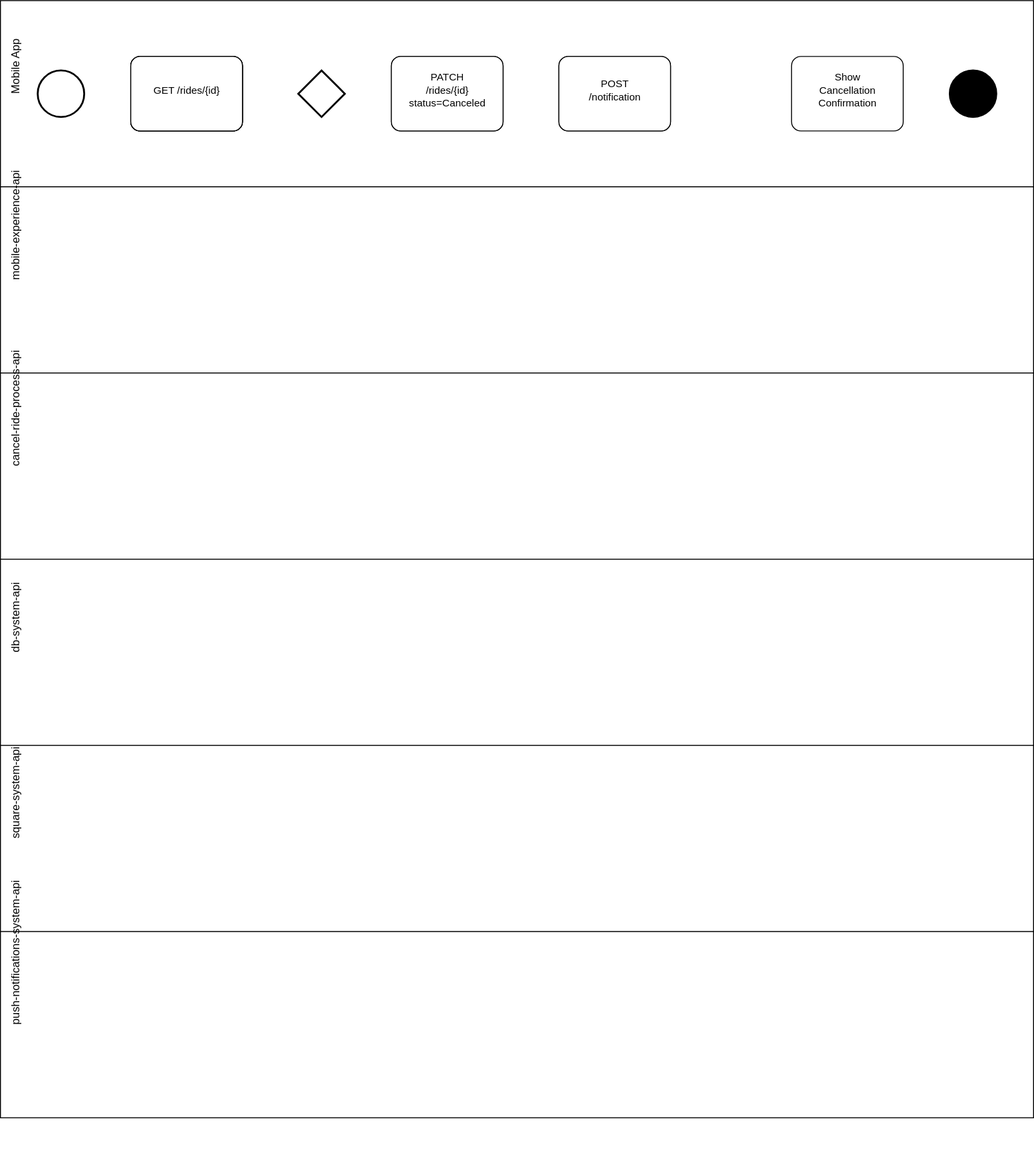
RideXpress/docs keeps this draw.io diagram as architecture/diagrams/use-cases/ride-cancellation-use-case.drawio.svg. Above is the earlier version. Source tidied: cells renumbered, new cells last; positions are measured from the earlier drawing's top-left corner, leaving out a move shared by most shapes.
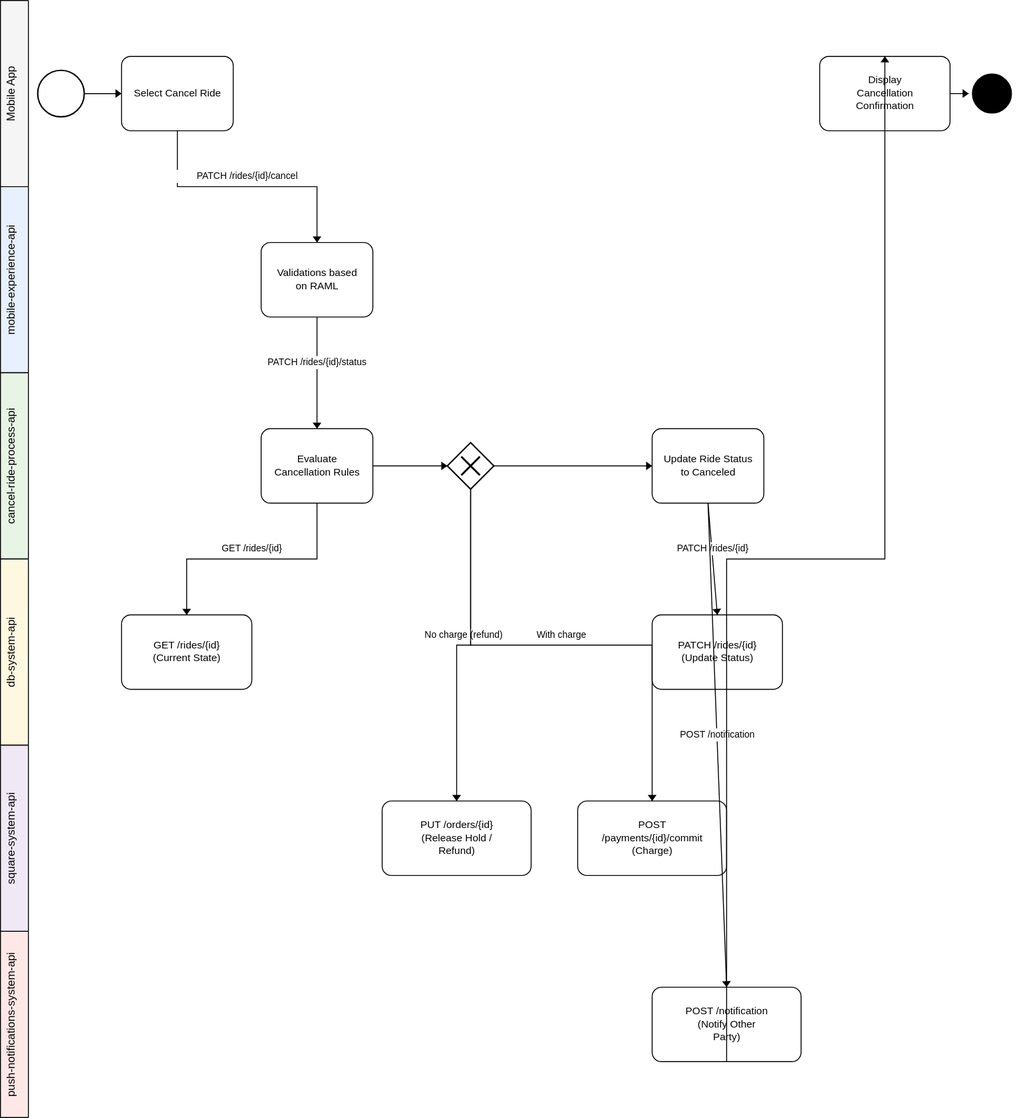
The same diagram one commit later.

Diff of the diagram source:
```diff
@@ -1,117 +1,120 @@
 <mxGraphModel>
   <root>
-    <mxCell id="0" />
-    <mxCell id="1" parent="0" />
+    <mxCell id="39" />
+    <mxCell id="40" parent="39" />
-    <mxCell id="2" value="Mobile App" style="swimlane;horizontal=0;whiteSpace=wrap;html=1;" parent="1" vertex="1">
-      <mxGeometry width="1110" height="200" as="geometry" />
+    <mxCell id="2" value="Mobile App" style="swimlane;horizontal=0;whiteSpace=wrap;html=1;" parent="40" vertex="1">
+      <mxGeometry width="1100" height="200" as="geometry" />
     </mxCell>
-    <mxCell id="3" value="mobile-experience-api" style="swimlane;horizontal=0;whiteSpace=wrap;html=1;" parent="1" vertex="1">
-      <mxGeometry y="200" width="1110" height="200" as="geometry" />
+    <mxCell id="3" value="mobile-experience-api" style="swimlane;horizontal=0;whiteSpace=wrap;html=1;" parent="40" vertex="1">
+      <mxGeometry y="200" width="1100" height="200" as="geometry" />
     </mxCell>
-    <mxCell id="4" value="cancel-ride-process-api" style="swimlane;horizontal=0;whiteSpace=wrap;html=1;" parent="1" vertex="1">
-      <mxGeometry y="400" width="1110" height="200" as="geometry" />
+    <mxCell id="4" value="cancel-ride-process-api" style="swimlane;horizontal=0;whiteSpace=wrap;html=1;" parent="40" vertex="1">
+      <mxGeometry y="400" width="1100" height="200" as="geometry" />
     </mxCell>
-    <mxCell id="5" value="db-system-api" style="swimlane;horizontal=0;whiteSpace=wrap;html=1;" parent="1" vertex="1">
-      <mxGeometry y="600" width="1110" height="200" as="geometry" />
+    <mxCell id="5" value="db-system-api" style="swimlane;horizontal=0;whiteSpace=wrap;html=1;" parent="40" vertex="1">
+      <mxGeometry y="600" width="1100" height="200" as="geometry" />
     </mxCell>
-    <mxCell id="6" value="square-system-api" style="swimlane;horizontal=0;whiteSpace=wrap;html=1;" parent="1" vertex="1">
-      <mxGeometry y="800" width="1110" height="200" as="geometry" />
+    <mxCell id="6" value="square-system-api" style="swimlane;horizontal=0;whiteSpace=wrap;html=1;" parent="40" vertex="1">
+      <mxGeometry y="800" width="1100" height="200" as="geometry" />
     </mxCell>
-    <mxCell id="7" value="push-notifications-system-api" style="swimlane;horizontal=0;whiteSpace=wrap;html=1;" parent="1" vertex="1">
-      <mxGeometry y="1000" width="1110" height="200" as="geometry" />
+    <mxCell id="7" value="push-notifications-system-api" style="swimlane;horizontal=0;whiteSpace=wrap;html=1;" parent="40" vertex="1">
+      <mxGeometry y="1000" width="1100" height="200" as="geometry" />
     </mxCell>
     <mxCell id="8" style="points=[[0.145,0.145,0],[0.5,0,0],[0.855,0.145,0],[1,0.5,0],[0.855,0.855,0],[0.5,1,0],[0.145,0.855,0],[0,0.5,0]];shape=mxgraph.bpmn.event;html=1;verticalLabelPosition=bottom;labelBackgroundColor=#ffffff;verticalAlign=top;align=center;perimeter=ellipsePerimeter;outlineConnect=0;outline=standard;symbol=general;" parent="2" vertex="1">
       <mxGeometry x="40" y="75" width="50" height="50" as="geometry" />
     </mxCell>
-    <mxCell id="9" value="Cancel Ride" style="points=[[0.25,0,0],[0.5,0,0],[0.75,0,0],[1,0.25,0],[1,0.5,0],[1,0.75,0],[0.75,1,0],[0.5,1,0],[0.25,1,0],[0,0.75,0],[0,0.5,0],[0,0.25,0]];shape=mxgraph.bpmn.task;whiteSpace=wrap;rectStyle=rounded;size=10;html=1;taskMarker=abstract;" parent="2" vertex="1">
-      <mxGeometry x="140" y="60" width="120" height="80" as="geometry" />
-    </mxCell>
-    <mxCell id="10" style="ellipse;whiteSpace=wrap;html=1;fillColor=#000000;" parent="2" vertex="1">
-      <mxGeometry x="1020" y="75" width="50" height="50" as="geometry" />
-    </mxCell>
-    <mxCell id="11" value="Show Cancellation Confirmation" style="points=[[0.25,0,0],[0.5,0,0],[0.75,0,0],[1,0.25,0],[1,0.5,0],[1,0.75,0],[0.75,1,0],[0.5,1,0],[0.25,1,0],[0,0.75,0],[0,0.5,0],[0,0.25,0]];shape=mxgraph.bpmn.task;whiteSpace=wrap;rectStyle=rounded;size=10;html=1;taskMarker=abstract;" parent="2" vertex="1">
-      <mxGeometry x="850" y="60" width="120" height="80" as="geometry" />
-    </mxCell>
-    <mxCell id="12" value="PATCH /rides/{id}/cancel" style="points=[[0.25,0,0],[0.5,0,0],[0.75,0,0],[1,0.25,0],[1,0.5,0],[1,0.75,0],[0.75,1,0],[0.5,1,0],[0.25,1,0],[0,0.75,0],[0,0.5,0],[0,0.25,0]];shape=mxgraph.bpmn.task;whiteSpace=wrap;rectStyle=rounded;size=10;html=1;taskMarker=abstract;" parent="3" vertex="1">
-      <mxGeometry x="140" y="60" width="120" height="80" as="geometry" />
-    </mxCell>
-    <mxCell id="13" value="PATCH /rides/{id}/status" style="points=[[0.25,0,0],[0.5,0,0],[0.75,0,0],[1,0.25,0],[1,0.5,0],[1,0.75,0],[0.75,1,0],[0.5,1,0],[0.25,1,0],[0,0.75,0],[0,0.5,0],[0,0.25,0]];shape=mxgraph.bpmn.task;whiteSpace=wrap;rectStyle=rounded;size=10;html=1;taskMarker=abstract;" parent="4" vertex="1">
-      <mxGeometry x="140" y="60" width="120" height="80" as="geometry" />
-    </mxCell>
-    <mxCell id="14" value="GET /rides/{id}" style="points=[[0.25,0,0],[0.5,0,0],[0.75,0,0],[1,0.25,0],[1,0.5,0],[1,0.75,0],[0.75,1,0],[0.5,1,0],[0.25,1,0],[0,0.75,0],[0,0.5,0],[0,0.25,0]];shape=mxgraph.bpmn.task;whiteSpace=wrap;rectStyle=rounded;size=10;html=1;taskMarker=abstract;" parent="5" vertex="1">
-      <mxGeometry x="140" y="60" width="120" height="80" as="geometry" />
-    </mxCell>
+    <mxCell id="41" value="Select Cancel Ride" style="points=[[0.25,0,0],[0.5,0,0],[0.75,0,0],[1,0.25,0],[1,0.5,0],[1,0.75,0],[0.75,1,0],[0.5,1,0],[0.25,1,0],[0,0.75,0],[0,0.5,0],[0,0.25,0]];shape=mxgraph.bpmn.task;whiteSpace=wrap;rectStyle=rounded;size=10;html=1;taskMarker=abstract;" parent="2" vertex="1">
+      <mxGeometry x="130" y="60" width="120" height="80" as="geometry" />
+    </mxCell>
+    <mxCell id="42" value="Display Cancellation Confirmation" style="points=[[0.25,0,0],[0.5,0,0],[0.75,0,0],[1,0.25,0],[1,0.5,0],[1,0.75,0],[0.75,1,0],[0.5,1,0],[0.25,1,0],[0,0.75,0],[0,0.5,0],[0,0.25,0]];shape=mxgraph.bpmn.task;whiteSpace=wrap;rectStyle=rounded;size=10;html=1;taskMarker=abstract;" parent="2" vertex="1">
+      <mxGeometry x="880" y="60" width="140" height="80" as="geometry" />
+    </mxCell>
+    <mxCell id="43" style="ellipse;whiteSpace=wrap;html=1;fillColor=#000000;" parent="2" vertex="1">
+      <mxGeometry x="1040" y="75" width="50" height="50" as="geometry" />
+    </mxCell>
+    <mxCell id="44" value="Validations based on RAML" style="points=[[0.25,0,0],[0.5,0,0],[0.75,0,0],[1,0.25,0],[1,0.5,0],[1,0.75,0],[0.75,1,0],[0.5,1,0],[0.25,1,0],[0,0.75,0],[0,0.5,0],[0,0.25,0]];shape=mxgraph.bpmn.task;whiteSpace=wrap;rectStyle=rounded;size=10;html=1;taskMarker=abstract;" parent="3" vertex="1">
+      <mxGeometry x="280" y="60" width="120" height="80" as="geometry" />
+    </mxCell>
+    <mxCell id="45" value="Evaluate Cancellation Rules" style="points=[[0.25,0,0],[0.5,0,0],[0.75,0,0],[1,0.25,0],[1,0.5,0],[1,0.75,0],[0.75,1,0],[0.5,1,0],[0.25,1,0],[0,0.75,0],[0,0.5,0],[0,0.25,0]];shape=mxgraph.bpmn.task;whiteSpace=wrap;rectStyle=rounded;size=10;html=1;taskMarker=abstract;" parent="4" vertex="1">
+      <mxGeometry x="280" y="60" width="120" height="80" as="geometry" />
+    </mxCell>
+    <mxCell id="46" value="Update Ride Status to Canceled" style="points=[[0.25,0,0],[0.5,0,0],[0.75,0,0],[1,0.25,0],[1,0.5,0],[1,0.75,0],[0.75,1,0],[0.5,1,0],[0.25,1,0],[0,0.75,0],[0,0.5,0],[0,0.25,0]];shape=mxgraph.bpmn.task;whiteSpace=wrap;rectStyle=rounded;size=10;html=1;taskMarker=abstract;" parent="4" vertex="1">
+      <mxGeometry x="700" y="60" width="120" height="80" as="geometry" />
+    </mxCell>
+    <mxCell id="47" value="GET /rides/{id} (Current State)" style="points=[[0.25,0,0],[0.5,0,0],[0.75,0,0],[1,0.25,0],[1,0.5,0],[1,0.75,0],[0.75,1,0],[0.5,1,0],[0.25,1,0],[0,0.75,0],[0,0.5,0],[0,0.25,0]];shape=mxgraph.bpmn.task;whiteSpace=wrap;rectStyle=rounded;size=10;html=1;taskMarker=abstract;" parent="5" vertex="1">
+      <mxGeometry x="130" y="60" width="140" height="80" as="geometry" />
+    </mxCell>
+    <mxCell id="48" value="PATCH /rides/{id} (Update Status)" style="points=[[0.25,0,0],[0.5,0,0],[0.75,0,0],[1,0.25,0],[1,0.5,0],[1,0.75,0],[0.75,1,0],[0.5,1,0],[0.25,1,0],[0,0.75,0],[0,0.5,0],[0,0.25,0]];shape=mxgraph.bpmn.task;whiteSpace=wrap;rectStyle=rounded;size=10;html=1;taskMarker=abstract;" parent="5" vertex="1">
+      <mxGeometry x="700" y="60" width="140" height="80" as="geometry" />
+    </mxCell>
-    <mxCell id="15" value="Charge?" style="points=[[0.25,0,0],[0.5,0,0],[0.75,0,0],[1,0.25,0],[1,0.5,0],[1,0.75,0],[0.75,1,0],[0.5,1,0],[0.25,1,0],[0,0.75,0],[0,0.5,0],[0,0.25,0]];shape=mxgraph.bpmn.gateway2;html=1;verticalLabelPosition=bottom;labelBackgroundColor=#ffffff;verticalAlign=top;align=center;perimeter=rhombusPerimeter;outlineConnect=0;outline=none;symbol=none;" parent="4" vertex="1">
-      <mxGeometry x="320" y="75" width="50" height="50" as="geometry" />
+    <mxCell id="15" value="Charge?" style="points=[[0.25,0,0],[0.5,0,0],[0.75,0,0],[1,0.25,0],[1,0.5,0],[1,0.75,0],[0.75,1,0],[0.5,1,0],[0.25,1,0],[0,0.75,0],[0,0.5,0],[0,0.25,0]];shape=mxgraph.bpmn.gateway2;html=1;verticalLabelPosition=bottom;labelBackgroundColor=#ffffff;verticalAlign=top;align=center;perimeter=rhombusPerimeter;outlineConnect=0;outline=exclusive;symbol=exclusive;" parent="4" vertex="1">
+      <mxGeometry x="480" y="75" width="50" height="50" as="geometry" />
     </mxCell>
-    <mxCell id="16" value="PUT /orders/{id} (Release)" style="points=[[0.25,0,0],[0.5,0,0],[0.75,0,0],[1,0.25,0],[1,0.5,0],[1,0.75,0],[0.75,1,0],[0.5,1,0],[0.25,1,0],[0,0.75,0],[0,0.5,0],[0,0.25,0]];shape=mxgraph.bpmn.task;whiteSpace=wrap;rectStyle=rounded;size=10;html=1;taskMarker=abstract;" parent="6" vertex="1">
-      <mxGeometry x="420" y="60" width="120" height="80" as="geometry" />
-    </mxCell>
-    <mxCell id="17" value="POST /payments/{id}/commit" style="points=[[0.25,0,0],[0.5,0,0],[0.75,0,0],[1,0.25,0],[1,0.5,0],[1,0.75,0],[0.75,1,0],[0.5,1,0],[0.25,1,0],[0,0.75,0],[0,0.5,0],[0,0.25,0]];shape=mxgraph.bpmn.task;whiteSpace=wrap;rectStyle=rounded;size=10;html=1;taskMarker=abstract;" parent="6" vertex="1">
-      <mxGeometry x="600" y="60" width="120" height="80" as="geometry" />
-    </mxCell>
-    <mxCell id="18" value="PATCH /rides/{id} status=Canceled" style="points=[[0.25,0,0],[0.5,0,0],[0.75,0,0],[1,0.25,0],[1,0.5,0],[1,0.75,0],[0.75,1,0],[0.5,1,0],[0.25,1,0],[0,0.75,0],[0,0.5,0],[0,0.25,0]];shape=mxgraph.bpmn.task;whiteSpace=wrap;rectStyle=rounded;size=10;html=1;taskMarker=abstract;" parent="5" vertex="1">
-      <mxGeometry x="420" y="60" width="120" height="80" as="geometry" />
-    </mxCell>
+    <mxCell id="49" value="PUT /orders/{id} (Release Hold / Refund)" style="points=[[0.25,0,0],[0.5,0,0],[0.75,0,0],[1,0.25,0],[1,0.5,0],[1,0.75,0],[0.75,1,0],[0.5,1,0],[0.25,1,0],[0,0.75,0],[0,0.5,0],[0,0.25,0]];shape=mxgraph.bpmn.task;whiteSpace=wrap;rectStyle=rounded;size=10;html=1;taskMarker=abstract;" parent="6" vertex="1">
+      <mxGeometry x="410" y="60" width="160" height="80" as="geometry" />
+    </mxCell>
+    <mxCell id="50" value="POST /payments/{id}/commit (Charge)" style="points=[[0.25,0,0],[0.5,0,0],[0.75,0,0],[1,0.25,0],[1,0.5,0],[1,0.75,0],[0.75,1,0],[0.5,1,0],[0.25,1,0],[0,0.75,0],[0,0.5,0],[0,0.25,0]];shape=mxgraph.bpmn.task;whiteSpace=wrap;rectStyle=rounded;size=10;html=1;taskMarker=abstract;" parent="6" vertex="1">
+      <mxGeometry x="620" y="60" width="160" height="80" as="geometry" />
+    </mxCell>
+    <mxCell id="51" value="POST /notification (Notify Other Party)" style="points=[[0.25,0,0],[0.5,0,0],[0.75,0,0],[1,0.25,0],[1,0.5,0],[1,0.75,0],[0.75,1,0],[0.5,1,0],[0.25,1,0],[0,0.75,0],[0,0.5,0],[0,0.25,0]];shape=mxgraph.bpmn.task;whiteSpace=wrap;rectStyle=rounded;size=10;html=1;taskMarker=abstract;" parent="7" vertex="1">
+      <mxGeometry x="700" y="60" width="160" height="80" as="geometry" />
+    </mxCell>
+    <mxCell id="52" style="edgeStyle=orthogonalEdgeStyle;rounded=0;jettySize=auto;html=1;" parent="40" edge="1" source="8" target="41">
+      <mxGeometry relative="1" as="geometry" />
+    </mxCell>
+    <mxCell id="53" style="edgeStyle=orthogonalEdgeStyle;rounded=0;jettySize=auto;html=1;" parent="40" edge="1" source="41" target="44">
+      <mxGeometry relative="1" as="geometry" />
+    </mxCell>
+    <mxCell id="22" value="PATCH /rides/{id}/cancel" style="edgeLabel;html=1;align=center;verticalAlign=middle;" parent="53" vertex="1">
+      <mxGeometry relative="1" as="geometry" />
+    </mxCell>
+    <mxCell id="54" style="edgeStyle=orthogonalEdgeStyle;rounded=0;jettySize=auto;html=1;" parent="40" edge="1" source="44" target="45">
+      <mxGeometry relative="1" as="geometry" />
+    </mxCell>
+    <mxCell id="24" value="PATCH /rides/{id}/status" style="edgeLabel;html=1;align=center;verticalAlign=middle;" parent="54" vertex="1">
+      <mxGeometry relative="1" as="geometry" />
+    </mxCell>
+    <mxCell id="55" style="edgeStyle=orthogonalEdgeStyle;rounded=0;jettySize=auto;html=1;" parent="40" edge="1" source="45" target="47">
+      <mxGeometry relative="1" as="geometry" />
+    </mxCell>
+    <mxCell id="26" value="GET /rides/{id}" style="edgeLabel;html=1;align=center;verticalAlign=middle;" parent="55" vertex="1">
+      <mxGeometry relative="1" as="geometry" />
+    </mxCell>
+    <mxCell id="56" style="edgeStyle=orthogonalEdgeStyle;rounded=0;jettySize=auto;html=1;" parent="40" edge="1" source="45" target="15">
+      <mxGeometry relative="1" as="geometry" />
+    </mxCell>
+    <mxCell id="57" style="edgeStyle=orthogonalEdgeStyle;rounded=0;jettySize=auto;html=1;" parent="40" edge="1" source="15" target="49">
+      <mxGeometry relative="1" as="geometry" />
+    </mxCell>
+    <mxCell id="58" value="No charge (refund)" style="edgeLabel;html=1;align=center;verticalAlign=middle;" parent="57" vertex="1">
+      <mxGeometry relative="1" as="geometry" />
+    </mxCell>
+    <mxCell id="59" style="edgeStyle=orthogonalEdgeStyle;rounded=0;jettySize=auto;html=1;" parent="40" edge="1" source="15" target="50">
+      <mxGeometry relative="1" as="geometry" />
+    </mxCell>
+    <mxCell id="32" value="With charge" style="edgeLabel;html=1;align=center;verticalAlign=middle;" parent="59" vertex="1">
+      <mxGeometry relative="1" as="geometry" />
+    </mxCell>
+    <mxCell id="60" style="edgeStyle=orthogonalEdgeStyle;rounded=0;jettySize=auto;html=1;" parent="40" edge="1" source="15" target="46">
+      <mxGeometry relative="1" as="geometry" />
+    </mxCell>
+    <mxCell id="61" style="edgeStyle=orthogonalEdgeStyle;rounded=0;jettySize=auto;html=1;" parent="40" edge="1" source="46" target="48">
+      <mxGeometry relative="1" as="geometry" />
+    </mxCell>
+    <mxCell id="62" value="PATCH /rides/{id}" style="edgeLabel;html=1;align=center;verticalAlign=middle;" parent="61" vertex="1">
+      <mxGeometry relative="1" as="geometry" />
+    </mxCell>
+    <mxCell id="63" style="edgeStyle=orthogonalEdgeStyle;rounded=0;jettySize=auto;html=1;" parent="40" edge="1" source="46" target="51">
+      <mxGeometry relative="1" as="geometry" />
+    </mxCell>
-    <mxCell id="19" value="POST /notification" style="points=[[0.25,0,0],[0.5,0,0],[0.75,0,0],[1,0.25,0],[1,0.5,0],[1,0.75,0],[0.75,1,0],[0.5,1,0],[0.25,1,0],[0,0.75,0],[0,0.5,0],[0,0.25,0]];shape=mxgraph.bpmn.task;whiteSpace=wrap;rectStyle=rounded;size=10;html=1;taskMarker=abstract;" parent="7" vertex="1">
-      <mxGeometry x="600" y="60" width="120" height="80" as="geometry" />
+    <mxCell id="19" value="POST /notification" style="edgeLabel;html=1;align=center;verticalAlign=middle;points=[];" parent="63" vertex="1">
+      <mxGeometry relative="1" as="geometry" />
     </mxCell>
-    <mxCell id="20" style="edgeStyle=orthogonalEdgeStyle;rounded=0;jettySize=auto;html=1;" parent="2" edge="1" source="8" target="9">
-      <mxGeometry relative="1" as="geometry" />
-    </mxCell>
-    <mxCell id="21" style="edgeStyle=orthogonalEdgeStyle;rounded=0;jettySize=auto;html=1;" parent="1" edge="1" source="9" target="12">
-      <mxGeometry relative="1" as="geometry" />
-    </mxCell>
-    <mxCell id="22" value="PATCH /rides/{id}/cancel" style="edgeLabel;html=1;align=center;verticalAlign=middle;" parent="21" vertex="1">
-      <mxGeometry relative="1" as="geometry" />
-    </mxCell>
-    <mxCell id="23" style="edgeStyle=orthogonalEdgeStyle;rounded=0;jettySize=auto;html=1;" parent="1" edge="1" source="12" target="13">
-      <mxGeometry relative="1" as="geometry" />
-    </mxCell>
-    <mxCell id="24" value="PATCH /rides/{id}/status" style="edgeLabel;html=1;align=center;verticalAlign=middle;" parent="23" vertex="1">
-      <mxGeometry relative="1" as="geometry" />
-    </mxCell>
-    <mxCell id="25" style="edgeStyle=orthogonalEdgeStyle;rounded=0;jettySize=auto;html=1;" parent="1" edge="1" source="13" target="14">
-      <mxGeometry relative="1" as="geometry" />
-    </mxCell>
-    <mxCell id="26" value="GET /rides/{id}" style="edgeLabel;html=1;align=center;verticalAlign=middle;" parent="25" vertex="1">
-      <mxGeometry relative="1" as="geometry" />
-    </mxCell>
-    <mxCell id="27" style="edgeStyle=orthogonalEdgeStyle;rounded=0;jettySize=auto;html=1;" parent="1" edge="1" source="14" target="15">
-      <mxGeometry relative="1" as="geometry" />
-    </mxCell>
-    <mxCell id="28" value="Ride state" style="edgeLabel;html=1;align=center;verticalAlign=middle;" parent="27" vertex="1">
-      <mxGeometry relative="1" as="geometry" />
-    </mxCell>
-    <mxCell id="29" style="edgeStyle=orthogonalEdgeStyle;rounded=0;jettySize=auto;html=1;" parent="1" edge="1" source="15" target="16">
-      <mxGeometry relative="1" as="geometry" />
-    </mxCell>
-    <mxCell id="30" value="No charge" style="edgeLabel;html=1;align=center;verticalAlign=middle;" parent="29" vertex="1">
-      <mxGeometry relative="1" as="geometry" />
-    </mxCell>
-    <mxCell id="31" style="edgeStyle=orthogonalEdgeStyle;rounded=0;jettySize=auto;html=1;" parent="1" edge="1" source="15" target="17">
-      <mxGeometry relative="1" as="geometry" />
-    </mxCell>
-    <mxCell id="32" value="With charge" style="edgeLabel;html=1;align=center;verticalAlign=middle;" parent="31" vertex="1">
-      <mxGeometry relative="1" as="geometry" />
-    </mxCell>
-    <mxCell id="33" style="edgeStyle=orthogonalEdgeStyle;rounded=0;jettySize=auto;html=1;" parent="1" edge="1" source="16" target="18">
-      <mxGeometry relative="1" as="geometry" />
-    </mxCell>
-    <mxCell id="34" style="edgeStyle=orthogonalEdgeStyle;rounded=0;jettySize=auto;html=1;" parent="1" edge="1" source="17" target="18">
-      <mxGeometry relative="1" as="geometry" />
-    </mxCell>
-    <mxCell id="35" style="edgeStyle=orthogonalEdgeStyle;rounded=0;jettySize=auto;html=1;" parent="1" edge="1" source="18" target="19">
-      <mxGeometry relative="1" as="geometry" />
-    </mxCell>
-    <mxCell id="36" value="Notify other party" style="edgeLabel;html=1;align=center;verticalAlign=middle;" parent="35" vertex="1">
-      <mxGeometry relative="1" as="geometry" />
-    </mxCell>
-    <mxCell id="37" style="edgeStyle=orthogonalEdgeStyle;rounded=0;jettySize=auto;html=1;" parent="1" edge="1" source="19" target="11">
-      <mxGeometry relative="1" as="geometry" />
-    </mxCell>
-    <mxCell id="38" style="edgeStyle=orthogonalEdgeStyle;rounded=0;jettySize=auto;html=1;" parent="2" edge="1" source="11" target="10">
-      <mxGeometry relative="1" as="geometry" />
-    </mxCell>
+    <mxCell id="64" style="edgeStyle=orthogonalEdgeStyle;rounded=0;jettySize=auto;html=1;" parent="40" edge="1" source="51" target="42">
+      <mxGeometry relative="1" as="geometry" />
+    </mxCell>
+    <mxCell id="65" style="edgeStyle=orthogonalEdgeStyle;rounded=0;jettySize=auto;html=1;" parent="40" edge="1" source="42" target="43">
+      <mxGeometry relative="1" as="geometry" />
+    </mxCell>
   </root>
 </mxGraphModel>
```
